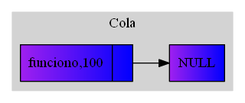
Before: graficaCola.png, a diagram exported from Graphviz (Tiago-130414/EDD_1S2019_P1_201313722). Its source is kept beside it as graficaCola.dot.
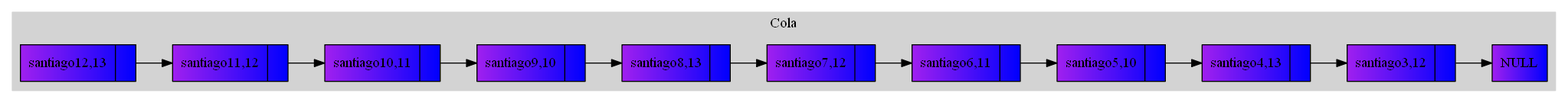
After the commit.

The edit, as a diff of the source:
```diff
@@ -5,9 +5,27 @@
 style=filled;
 color = lightgrey;
 node[shape=record];
-Nodofunciono[label="{funciono,100| }"style = filled, fillcolor = "purple:blue"];
+Nodosantiago12[label="{santiago12,13| }"style = filled, fillcolor = "purple:blue"];
+Nodosantiago11[label="{santiago11,12| }"style = filled, fillcolor = "purple:blue"];
+Nodosantiago10[label="{santiago10,11| }"style = filled, fillcolor = "purple:blue"];
+Nodosantiago9[label="{santiago9,10| }"style = filled, fillcolor = "purple:blue"];
+Nodosantiago8[label="{santiago8,13| }"style = filled, fillcolor = "purple:blue"];
+Nodosantiago7[label="{santiago7,12| }"style = filled, fillcolor = "purple:blue"];
+Nodosantiago6[label="{santiago6,11| }"style = filled, fillcolor = "purple:blue"];
+Nodosantiago5[label="{santiago5,10| }"style = filled, fillcolor = "purple:blue"];
+Nodosantiago4[label="{santiago4,13| }"style = filled, fillcolor = "purple:blue"];
+Nodosantiago3[label="{santiago3,12| }"style = filled, fillcolor = "purple:blue"];
 NodoNULL[label="NULL}"style = filled, fillcolor = "purple:blue"];
-Nodofunciono->NodoNULL;
+Nodosantiago12->Nodosantiago11;
+Nodosantiago11->Nodosantiago10;
+Nodosantiago10->Nodosantiago9;
+Nodosantiago9->Nodosantiago8;
+Nodosantiago8->Nodosantiago7;
+Nodosantiago7->Nodosantiago6;
+Nodosantiago6->Nodosantiago5;
+Nodosantiago5->Nodosantiago4;
+Nodosantiago4->Nodosantiago3;
+Nodosantiago3->NodoNULL;
 label = "Cola";
 }
 }
```
